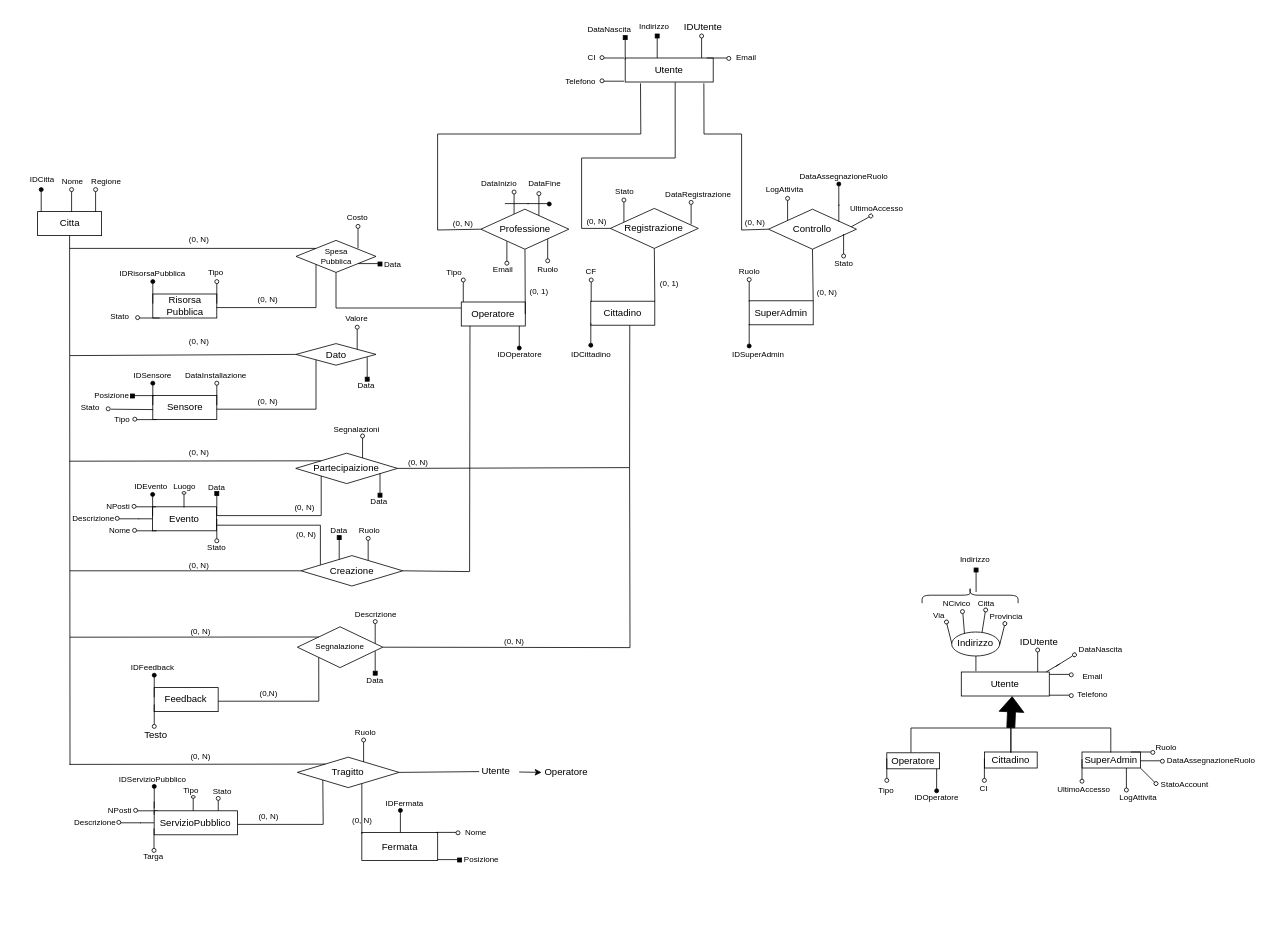
The draw.io diagram schema_concettuale.drawio in mattebest045/UrbanBrain, before the edit. Source tidied: cells renumbered, new cells numbered last; positions are measured from the earlier drawing's top-left corner, leaving out a move shared by most shapes. Both pictures are drawn from the tidied source at 80%, with x=0, y=0 at pixel (14, 14).
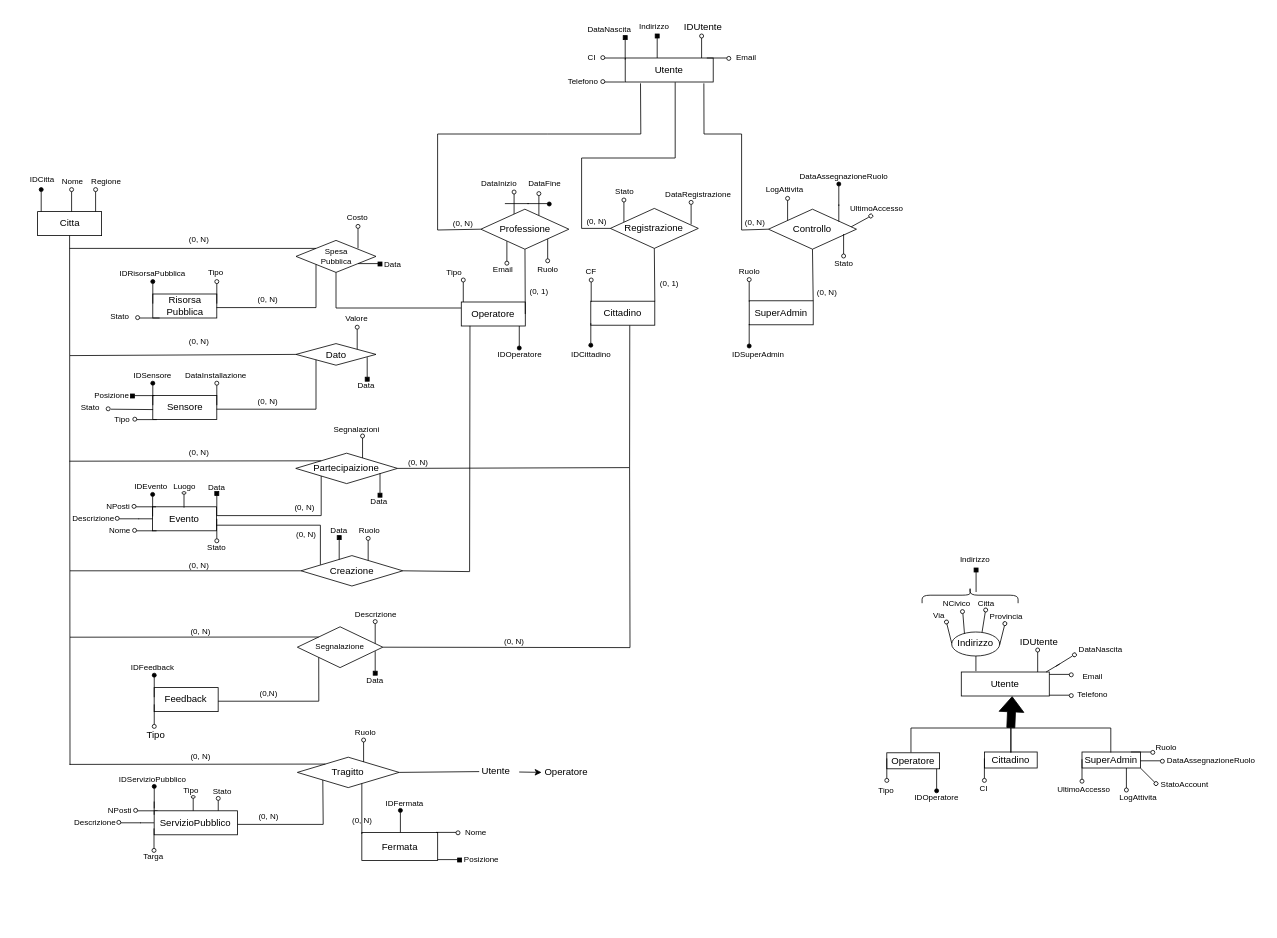
After the change.

What changed in the source:
```diff
@@
     <mxCell id="284" value="Telefono" style="text;html=1;align=center;verticalAlign=middle;strokeColor=none;fillColor=none;fontFamily=Helvetica;fontSize=10;fontColor=default;" parent="1" vertex="1">
-      <mxGeometry x="677.5" y="69" width="60" height="30" as="geometry" />
+      <mxGeometry x="680.5" y="69" width="60" height="30" as="geometry" />
     </mxCell>
     <mxCell id="285" style="group;direction=east;rotation=90;align=center;verticalAlign=top;fontFamily=Helvetica;fontSize=12;fontColor=default;fillColor=none;gradientColor=none;" parent="1" vertex="1">
-      <mxGeometry x="745.5" y="69" width="5" height="30" as="geometry" />
+      <mxGeometry x="746.5" y="70" width="5" height="30" as="geometry" />
     </mxCell>
@@
     <mxCell id="298" style="group;direction=east;rotation=90;" parent="1" vertex="1">
-      <mxGeometry x="745.5" y="40" width="5" height="30" as="geometry" />
+      <mxGeometry x="746.5" y="40" width="5" height="30" as="geometry" />
     </mxCell>
@@
-    <mxCell id="366" value="Testo" style="text;html=1;align=center;verticalAlign=middle;strokeColor=none;fillColor=none;" parent="1" vertex="1">
+    <mxCell id="366" value="Tipo" style="text;html=1;align=center;verticalAlign=middle;strokeColor=none;fillColor=none;" parent="1" vertex="1">
       <mxGeometry x="151.8" y="887" width="50" height="30" as="geometry" />
     </mxCell>
```
